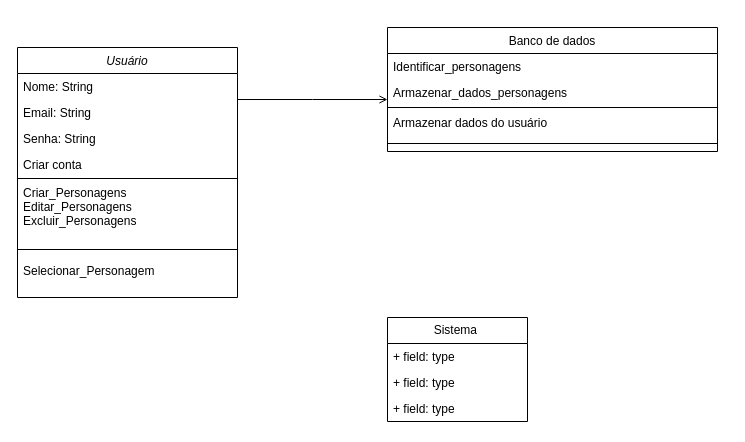
Earlier version of the draw.io diagram page "Classes" (2 of 7) of Diagrama sem nome.drawio (Lotharzin/Valley-Of-Cleaning). Source tidied: cells renumbered, new cells numbered last; positions are measured from the earlier drawing's top-left corner, leaving out a move shared by most shapes. Both pictures are drawn from the tidied source at 100%, with x=0, y=0 at pixel (17, 27).
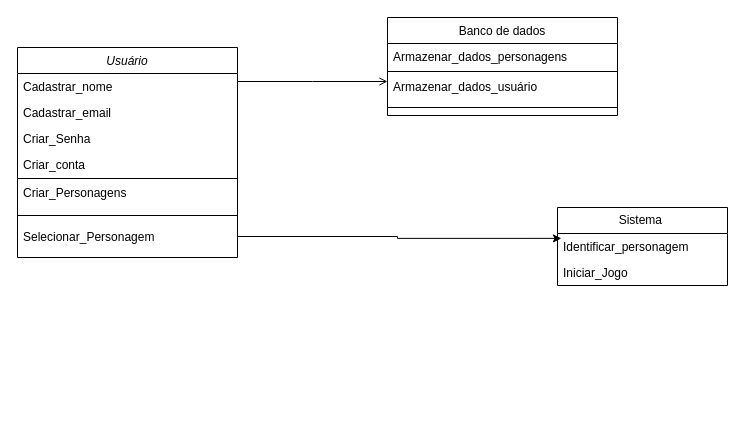
The same diagram, later.

What changed in the source:
```diff
@@
     <mxCell id="2" value="Usuário" style="swimlane;fontStyle=2;align=center;verticalAlign=top;horizontal=1;startSize=26;rounded=0;shadow=0;strokeWidth=1;" parent="1" vertex="1">
-      <mxGeometry y="20" width="220" height="250" as="geometry" />
+      <mxGeometry y="20" width="220" height="210" as="geometry" />
     </mxCell>
-    <mxCell id="3" value="Nome: String" style="text;align=left;verticalAlign=top;spacingLeft=4;spacingRight=4;overflow=hidden;" parent="2" vertex="1">
+    <mxCell id="3" value="Cadastrar_nome" style="text;align=left;verticalAlign=top;spacingLeft=4;spacingRight=4;overflow=hidden;" parent="2" vertex="1">
       <mxGeometry y="26" width="220" height="26" as="geometry" />
     </mxCell>
-    <mxCell id="4" value="Email: String" style="text;align=left;verticalAlign=top;spacingLeft=4;spacingRight=4;overflow=hidden;rounded=0;shadow=0;html=0;" parent="2" vertex="1">
+    <mxCell id="4" value="Cadastrar_email" style="text;align=left;verticalAlign=top;spacingLeft=4;spacingRight=4;overflow=hidden;rounded=0;shadow=0;html=0;" parent="2" vertex="1">
       <mxGeometry y="52" width="220" height="26" as="geometry" />
     </mxCell>
-    <mxCell id="5" value="Senha: String" style="text;align=left;verticalAlign=top;spacingLeft=4;spacingRight=4;overflow=hidden;rounded=0;shadow=0;html=0;" parent="2" vertex="1">
+    <mxCell id="5" value="Criar_Senha" style="text;align=left;verticalAlign=top;spacingLeft=4;spacingRight=4;overflow=hidden;rounded=0;shadow=0;html=0;" parent="2" vertex="1">
       <mxGeometry y="78" width="220" height="26" as="geometry" />
     </mxCell>
-    <mxCell id="6" value="Criar conta" style="text;align=left;verticalAlign=top;spacingLeft=4;spacingRight=4;overflow=hidden;rounded=0;shadow=0;html=0;" parent="2" vertex="1">
+    <mxCell id="6" value="Criar_conta" style="text;align=left;verticalAlign=top;spacingLeft=4;spacingRight=4;overflow=hidden;rounded=0;shadow=0;html=0;" parent="2" vertex="1">
       <mxGeometry y="104" width="220" height="26" as="geometry" />
     </mxCell>
@@
-    <mxCell id="8" value="Criar_Personagens&#10;Editar_Personagens&#10;Excluir_Personagens" style="text;align=left;verticalAlign=top;spacingLeft=4;spacingRight=4;overflow=hidden;rounded=0;shadow=0;html=0;" parent="2" vertex="1">
-      <mxGeometry y="132" width="220" height="62" as="geometry" />
+    <mxCell id="8" value="Criar_Personagens" style="text;align=left;verticalAlign=top;spacingLeft=4;spacingRight=4;overflow=hidden;rounded=0;shadow=0;html=0;" parent="2" vertex="1">
+      <mxGeometry y="132" width="220" height="28" as="geometry" />
     </mxCell>
     <mxCell id="9" style="line;html=1;strokeWidth=1;align=left;verticalAlign=middle;spacingTop=-1;spacingLeft=3;spacingRight=3;labelPosition=right;" parent="2" vertex="1">
-      <mxGeometry y="194" width="220" height="16" as="geometry" />
+      <mxGeometry y="160" width="220" height="16" as="geometry" />
     </mxCell>
     <mxCell id="10" value="Selecionar_Personagem" style="text;align=left;verticalAlign=top;spacingLeft=4;spacingRight=4;overflow=hidden;points=[[0,0.5],[1,0.5]];portConstraint=eastwest;rounded=0;shadow=0;html=0;" parent="2" vertex="1">
-      <mxGeometry y="210" width="220" height="26" as="geometry" />
+      <mxGeometry y="176" width="220" height="26" as="geometry" />
     </mxCell>
     <mxCell id="11" value="Banco de dados" style="swimlane;fontStyle=0;align=center;verticalAlign=top;horizontal=1;startSize=26;rounded=0;shadow=0;strokeWidth=1;" parent="1" vertex="1">
-      <mxGeometry x="370" width="330" height="124" as="geometry" />
+      <mxGeometry x="370" y="-10" width="230" height="98" as="geometry" />
     </mxCell>
-    <mxCell id="12" value="Identificar_personagens" style="text;align=left;verticalAlign=top;spacingLeft=4;spacingRight=4;overflow=hidden;rounded=0;shadow=0;html=0;" parent="11" vertex="1">
-      <mxGeometry y="26" width="330" height="26" as="geometry" />
-    </mxCell>
     <mxCell id="13" value="Armazenar_dados_personagens" style="text;align=left;verticalAlign=top;spacingLeft=4;spacingRight=4;overflow=hidden;rounded=0;shadow=0;html=0;" parent="11" vertex="1">
-      <mxGeometry y="52" width="330" height="26" as="geometry" />
+      <mxGeometry y="26" width="230" height="26" as="geometry" />
     </mxCell>
     <mxCell id="14" style="line;html=1;strokeWidth=1;align=left;verticalAlign=middle;spacingTop=-1;spacingLeft=3;spacingRight=3;labelPosition=right;" parent="11" vertex="1">
-      <mxGeometry y="78" width="330" height="4" as="geometry" />
+      <mxGeometry y="52" width="230" height="4" as="geometry" />
     </mxCell>
-    <mxCell id="15" value="Armazenar dados do usuário" style="text;align=left;verticalAlign=top;spacingLeft=4;spacingRight=4;overflow=hidden;rounded=0;shadow=0;html=0;" parent="11" vertex="1">
-      <mxGeometry y="82" width="330" height="26" as="geometry" />
+    <mxCell id="15" value="Armazenar_dados_usuário" style="text;align=left;verticalAlign=top;spacingLeft=4;spacingRight=4;overflow=hidden;rounded=0;shadow=0;html=0;" parent="11" vertex="1">
+      <mxGeometry y="56" width="230" height="26" as="geometry" />
     </mxCell>
     <mxCell id="16" style="line;html=1;strokeWidth=1;align=left;verticalAlign=middle;spacingTop=-1;spacingLeft=3;spacingRight=3;labelPosition=right;" parent="11" vertex="1">
-      <mxGeometry y="108" width="330" height="16" as="geometry" />
+      <mxGeometry y="82" width="230" height="16" as="geometry" />
     </mxCell>
@@
     <mxCell id="18" value="Sistema&amp;nbsp;" style="swimlane;fontStyle=0;horizontal=1;startSize=26;fillColor=none;whiteSpace=wrap;html=1;" parent="1" vertex="1">
-      <mxGeometry x="370" y="290" width="140" height="104" as="geometry" />
+      <mxGeometry x="540" y="180" width="170" height="78" as="geometry" />
     </mxCell>
-    <mxCell id="19" value="+ field: type" style="text;strokeColor=none;fillColor=none;align=left;verticalAlign=top;spacingLeft=4;spacingRight=4;overflow=hidden;points=[[0,0.5],[1,0.5]];portConstraint=eastwest;whiteSpace=wrap;html=1;" parent="18" vertex="1">
-      <mxGeometry y="26" width="140" height="26" as="geometry" />
+    <mxCell id="19" value="Identificar_personagem" style="text;strokeColor=none;fillColor=none;align=left;verticalAlign=top;spacingLeft=4;spacingRight=4;overflow=hidden;points=[[0,0.5],[1,0.5]];portConstraint=eastwest;whiteSpace=wrap;html=1;" parent="18" vertex="1">
+      <mxGeometry y="26" width="170" height="26" as="geometry" />
     </mxCell>
-    <mxCell id="20" value="+ field: type" style="text;strokeColor=none;fillColor=none;align=left;verticalAlign=top;spacingLeft=4;spacingRight=4;overflow=hidden;whiteSpace=wrap;html=1;" parent="18" vertex="1">
-      <mxGeometry y="52" width="140" height="26" as="geometry" />
+    <mxCell id="20" value="Iniciar_Jogo" style="text;strokeColor=none;fillColor=none;align=left;verticalAlign=top;spacingLeft=4;spacingRight=4;overflow=hidden;whiteSpace=wrap;html=1;" parent="18" vertex="1">
+      <mxGeometry y="52" width="170" height="26" as="geometry" />
     </mxCell>
-    <mxCell id="21" value="+ field: type" style="text;strokeColor=none;fillColor=none;align=left;verticalAlign=top;spacingLeft=4;spacingRight=4;overflow=hidden;whiteSpace=wrap;html=1;" parent="18" vertex="1">
-      <mxGeometry y="78" width="140" height="26" as="geometry" />
-    </mxCell>
+    <mxCell id="22" style="edgeStyle=orthogonalEdgeStyle;rounded=0;jettySize=auto;html=1;exitX=1;exitY=0.5;exitDx=0;exitDy=0;entryX=0.023;entryY=0.188;entryDx=0;entryDy=0;entryPerimeter=0;" parent="1" edge="1" source="10" target="19">
+      <mxGeometry relative="1" as="geometry" />
+    </mxCell>
```
